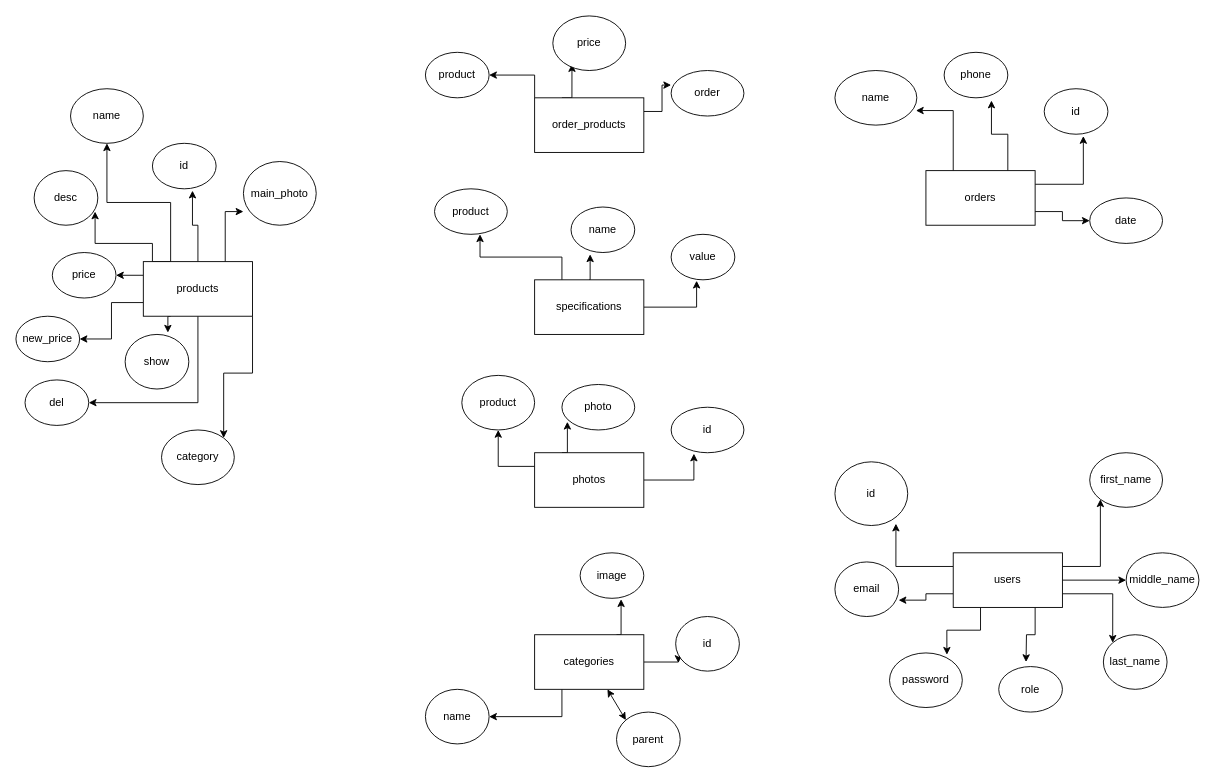
The draw.io diagram ER.drawio in ahr9n/delivery-food, before the edit. Source tidied: cells renumbered, new cells numbered last; positions are measured from the earlier drawing's top-left corner, leaving out a move shared by most shapes. Both pictures are drawn from the tidied source at 91%, with x=0, y=0 at pixel (15, 15).
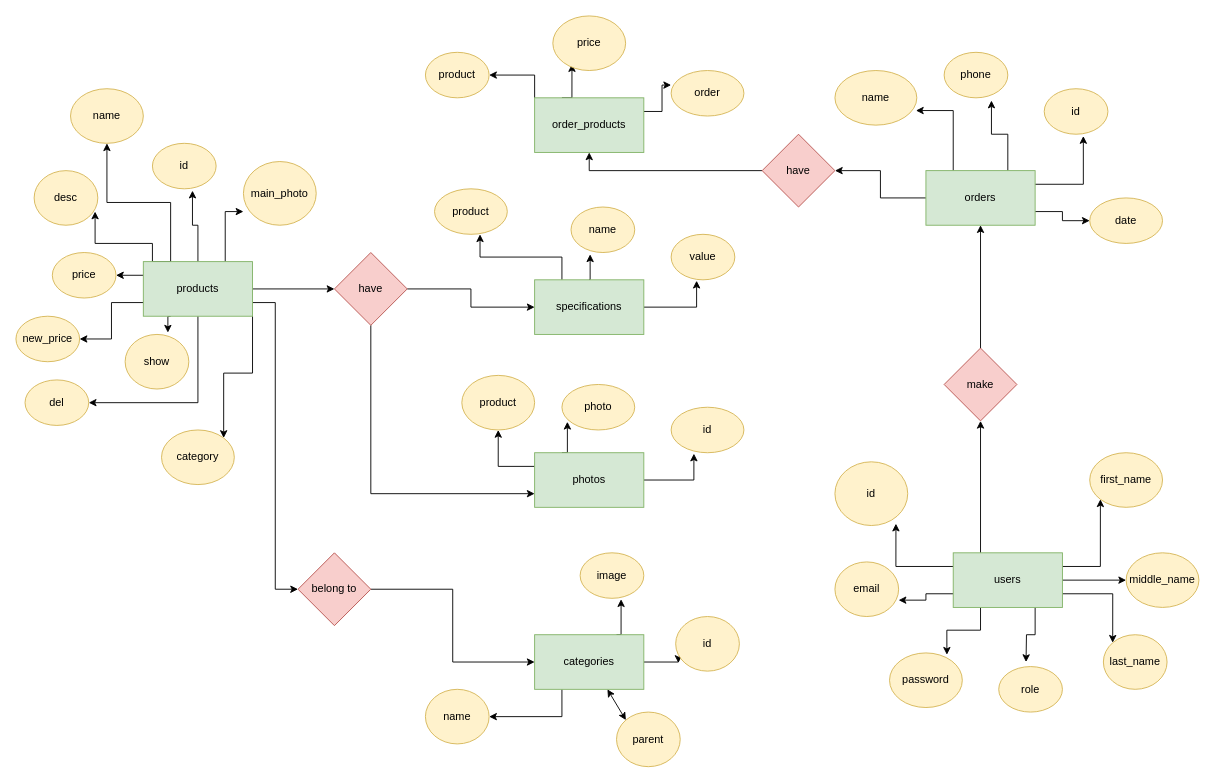
The same diagram, later.

What changed in the source:
```diff
@@
+    <mxCell id="75" style="edgeStyle=orthogonalEdgeStyle;rounded=0;jettySize=auto;html=1;exitX=1;exitY=0.5;exitDx=0;exitDy=0;entryX=0;entryY=0.5;entryDx=0;entryDy=0;" parent="1" edge="1" source="11" target="83">
+      <mxGeometry relative="1" as="geometry" />
+    </mxCell>
+    <mxCell id="76" style="edgeStyle=orthogonalEdgeStyle;rounded=0;jettySize=auto;html=1;exitX=1;exitY=0.75;exitDx=0;exitDy=0;entryX=0;entryY=0.5;entryDx=0;entryDy=0;" parent="1" edge="1" source="11" target="85">
+      <mxGeometry relative="1" as="geometry" />
+    </mxCell>
-    <mxCell id="11" value="products" style="rounded=0;whiteSpace=wrap;html=1;" parent="1" vertex="1">
+    <mxCell id="11" value="products" style="rounded=0;whiteSpace=wrap;html=1;fillColor=#d5e8d4;strokeColor=#82b366;" parent="1" vertex="1">
       <mxGeometry x="140" y="270" width="120" height="60" as="geometry" />
     </mxCell>
-    <mxCell id="12" value="id" style="ellipse;whiteSpace=wrap;html=1;" parent="1" vertex="1">
+    <mxCell id="12" value="id" style="ellipse;whiteSpace=wrap;html=1;fillColor=#fff2cc;strokeColor=#d6b656;" parent="1" vertex="1">
       <mxGeometry x="150" y="140" width="70" height="50" as="geometry" />
     </mxCell>
-    <mxCell id="13" value="category" style="ellipse;whiteSpace=wrap;html=1;" parent="1" vertex="1">
+    <mxCell id="13" value="category" style="ellipse;whiteSpace=wrap;html=1;fillColor=#fff2cc;strokeColor=#d6b656;" parent="1" vertex="1">
       <mxGeometry x="160" y="455" width="80" height="60" as="geometry" />
     </mxCell>
-    <mxCell id="14" value="name" style="ellipse;whiteSpace=wrap;html=1;" parent="1" vertex="1">
+    <mxCell id="14" value="name" style="ellipse;whiteSpace=wrap;html=1;fillColor=#fff2cc;strokeColor=#d6b656;" parent="1" vertex="1">
       <mxGeometry x="60" y="80" width="80" height="60" as="geometry" />
     </mxCell>
-    <mxCell id="15" value="desc" style="ellipse;whiteSpace=wrap;html=1;" parent="1" vertex="1">
+    <mxCell id="15" value="desc" style="ellipse;whiteSpace=wrap;html=1;fillColor=#fff2cc;strokeColor=#d6b656;" parent="1" vertex="1">
       <mxGeometry x="20" y="170" width="70" height="60" as="geometry" />
     </mxCell>
-    <mxCell id="16" value="price" style="ellipse;whiteSpace=wrap;html=1;" parent="1" vertex="1">
+    <mxCell id="16" value="price" style="ellipse;whiteSpace=wrap;html=1;fillColor=#fff2cc;strokeColor=#d6b656;" parent="1" vertex="1">
       <mxGeometry x="40" y="260" width="70" height="50" as="geometry" />
     </mxCell>
-    <mxCell id="17" value="new_price" style="ellipse;whiteSpace=wrap;html=1;" parent="1" vertex="1">
+    <mxCell id="17" value="new_price" style="ellipse;whiteSpace=wrap;html=1;fillColor=#fff2cc;strokeColor=#d6b656;" parent="1" vertex="1">
       <mxGeometry y="330" width="70" height="50" as="geometry" />
     </mxCell>
-    <mxCell id="18" value="main_photo" style="ellipse;whiteSpace=wrap;html=1;" parent="1" vertex="1">
+    <mxCell id="18" value="main_photo" style="ellipse;whiteSpace=wrap;html=1;fillColor=#fff2cc;strokeColor=#d6b656;" parent="1" vertex="1">
       <mxGeometry x="250" y="160" width="80" height="70" as="geometry" />
     </mxCell>
-    <mxCell id="19" value="show" style="ellipse;whiteSpace=wrap;html=1;" parent="1" vertex="1">
+    <mxCell id="19" value="show" style="ellipse;whiteSpace=wrap;html=1;fillColor=#fff2cc;strokeColor=#d6b656;" parent="1" vertex="1">
       <mxGeometry x="120" y="350" width="70" height="60" as="geometry" />
     </mxCell>
-    <mxCell id="20" value="del" style="ellipse;whiteSpace=wrap;html=1;" parent="1" vertex="1">
+    <mxCell id="20" value="del" style="ellipse;whiteSpace=wrap;html=1;fillColor=#fff2cc;strokeColor=#d6b656;" parent="1" vertex="1">
       <mxGeometry x="10" y="400" width="70" height="50" as="geometry" />
     </mxCell>
@@
-    <mxCell id="24" value="order_products" style="rounded=0;whiteSpace=wrap;html=1;" parent="1" vertex="1">
+    <mxCell id="24" value="order_products" style="rounded=0;whiteSpace=wrap;html=1;fillColor=#d5e8d4;strokeColor=#82b366;" parent="1" vertex="1">
       <mxGeometry x="570" y="90" width="120" height="60" as="geometry" />
     </mxCell>
-    <mxCell id="25" value="order" style="ellipse;whiteSpace=wrap;html=1;" parent="1" vertex="1">
+    <mxCell id="25" value="order" style="ellipse;whiteSpace=wrap;html=1;fillColor=#fff2cc;strokeColor=#d6b656;" parent="1" vertex="1">
       <mxGeometry x="720" y="60" width="80" height="50" as="geometry" />
     </mxCell>
-    <mxCell id="26" value="product" style="ellipse;whiteSpace=wrap;html=1;" parent="1" vertex="1">
+    <mxCell id="26" value="product" style="ellipse;whiteSpace=wrap;html=1;fillColor=#fff2cc;strokeColor=#d6b656;" parent="1" vertex="1">
       <mxGeometry x="450" y="40" width="70" height="50" as="geometry" />
     </mxCell>
-    <mxCell id="27" value="price" style="ellipse;whiteSpace=wrap;html=1;" parent="1" vertex="1">
+    <mxCell id="27" value="price" style="ellipse;whiteSpace=wrap;html=1;fillColor=#fff2cc;strokeColor=#d6b656;" parent="1" vertex="1">
       <mxGeometry x="590" width="80" height="60" as="geometry" />
     </mxCell>
@@
-    <mxCell id="31" value="specifications" style="rounded=0;whiteSpace=wrap;html=1;" parent="1" vertex="1">
+    <mxCell id="31" value="specifications" style="rounded=0;whiteSpace=wrap;html=1;fillColor=#d5e8d4;strokeColor=#82b366;" parent="1" vertex="1">
       <mxGeometry x="570" y="290" width="120" height="60" as="geometry" />
     </mxCell>
-    <mxCell id="32" value="value" style="ellipse;whiteSpace=wrap;html=1;" parent="1" vertex="1">
+    <mxCell id="32" value="value" style="ellipse;whiteSpace=wrap;html=1;fillColor=#fff2cc;strokeColor=#d6b656;" parent="1" vertex="1">
       <mxGeometry x="720" y="240" width="70" height="50" as="geometry" />
     </mxCell>
-    <mxCell id="33" value="name" style="ellipse;whiteSpace=wrap;html=1;" parent="1" vertex="1">
+    <mxCell id="33" value="name" style="ellipse;whiteSpace=wrap;html=1;fillColor=#fff2cc;strokeColor=#d6b656;" parent="1" vertex="1">
       <mxGeometry x="610" y="210" width="70" height="50" as="geometry" />
     </mxCell>
-    <mxCell id="34" value="product" style="ellipse;whiteSpace=wrap;html=1;" parent="1" vertex="1">
+    <mxCell id="34" value="product" style="ellipse;whiteSpace=wrap;html=1;fillColor=#fff2cc;strokeColor=#d6b656;" parent="1" vertex="1">
       <mxGeometry x="460" y="190" width="80" height="50" as="geometry" />
     </mxCell>
@@
-    <mxCell id="38" value="photos" style="rounded=0;whiteSpace=wrap;html=1;" parent="1" vertex="1">
+    <mxCell id="38" value="photos" style="rounded=0;whiteSpace=wrap;html=1;fillColor=#d5e8d4;strokeColor=#82b366;" parent="1" vertex="1">
       <mxGeometry x="570" y="480" width="120" height="60" as="geometry" />
     </mxCell>
-    <mxCell id="39" value="id" style="ellipse;whiteSpace=wrap;html=1;" parent="1" vertex="1">
+    <mxCell id="39" value="id" style="ellipse;whiteSpace=wrap;html=1;fillColor=#fff2cc;strokeColor=#d6b656;" parent="1" vertex="1">
       <mxGeometry x="720" y="430" width="80" height="50" as="geometry" />
     </mxCell>
-    <mxCell id="40" value="product" style="ellipse;whiteSpace=wrap;html=1;" parent="1" vertex="1">
+    <mxCell id="40" value="product" style="ellipse;whiteSpace=wrap;html=1;fillColor=#fff2cc;strokeColor=#d6b656;" parent="1" vertex="1">
       <mxGeometry x="490" y="395" width="80" height="60" as="geometry" />
     </mxCell>
-    <mxCell id="41" value="photo" style="ellipse;whiteSpace=wrap;html=1;" parent="1" vertex="1">
+    <mxCell id="41" value="photo" style="ellipse;whiteSpace=wrap;html=1;fillColor=#fff2cc;strokeColor=#d6b656;" parent="1" vertex="1">
       <mxGeometry x="600" y="405" width="80" height="50" as="geometry" />
     </mxCell>
@@
-    <mxCell id="45" value="categories" style="rounded=0;whiteSpace=wrap;html=1;" parent="1" vertex="1">
+    <mxCell id="45" value="categories" style="rounded=0;whiteSpace=wrap;html=1;fillColor=#d5e8d4;strokeColor=#82b366;" parent="1" vertex="1">
       <mxGeometry x="570" y="680" width="120" height="60" as="geometry" />
     </mxCell>
-    <mxCell id="46" value="id" style="ellipse;whiteSpace=wrap;html=1;" parent="1" vertex="1">
+    <mxCell id="46" value="id" style="ellipse;whiteSpace=wrap;html=1;fillColor=#fff2cc;strokeColor=#d6b656;" parent="1" vertex="1">
       <mxGeometry x="725" y="660" width="70" height="60" as="geometry" />
     </mxCell>
-    <mxCell id="47" value="name" style="ellipse;whiteSpace=wrap;html=1;" parent="1" vertex="1">
+    <mxCell id="47" value="name" style="ellipse;whiteSpace=wrap;html=1;fillColor=#fff2cc;strokeColor=#d6b656;" parent="1" vertex="1">
       <mxGeometry x="450" y="740" width="70" height="60" as="geometry" />
     </mxCell>
-    <mxCell id="48" value="parent" style="ellipse;whiteSpace=wrap;html=1;" parent="1" vertex="1">
+    <mxCell id="48" value="parent" style="ellipse;whiteSpace=wrap;html=1;fillColor=#fff2cc;strokeColor=#d6b656;" parent="1" vertex="1">
       <mxGeometry x="660" y="765" width="70" height="60" as="geometry" />
     </mxCell>
-    <mxCell id="49" value="image" style="ellipse;whiteSpace=wrap;html=1;" parent="1" vertex="1">
+    <mxCell id="49" value="image" style="ellipse;whiteSpace=wrap;html=1;fillColor=#fff2cc;strokeColor=#d6b656;" parent="1" vertex="1">
       <mxGeometry x="620" y="590" width="70" height="50" as="geometry" />
     </mxCell>
@@
+    <mxCell id="77" style="edgeStyle=orthogonalEdgeStyle;rounded=0;jettySize=auto;html=1;exitX=0;exitY=0.5;exitDx=0;exitDy=0;entryX=1;entryY=0.5;entryDx=0;entryDy=0;" parent="1" edge="1" source="54" target="87">
+      <mxGeometry relative="1" as="geometry" />
+    </mxCell>
-    <mxCell id="54" value="orders" style="rounded=0;whiteSpace=wrap;html=1;" parent="1" vertex="1">
+    <mxCell id="54" value="orders" style="rounded=0;whiteSpace=wrap;html=1;fillColor=#d5e8d4;strokeColor=#82b366;" parent="1" vertex="1">
       <mxGeometry x="1000" y="170" width="120" height="60" as="geometry" />
     </mxCell>
-    <mxCell id="55" value="id" style="ellipse;whiteSpace=wrap;html=1;" parent="1" vertex="1">
+    <mxCell id="55" value="id" style="ellipse;whiteSpace=wrap;html=1;fillColor=#fff2cc;strokeColor=#d6b656;" parent="1" vertex="1">
       <mxGeometry x="1130" y="80" width="70" height="50" as="geometry" />
     </mxCell>
-    <mxCell id="56" value="name" style="ellipse;whiteSpace=wrap;html=1;" parent="1" vertex="1">
+    <mxCell id="56" value="name" style="ellipse;whiteSpace=wrap;html=1;fillColor=#fff2cc;strokeColor=#d6b656;" parent="1" vertex="1">
       <mxGeometry x="900" y="60" width="90" height="60" as="geometry" />
     </mxCell>
-    <mxCell id="57" value="phone" style="ellipse;whiteSpace=wrap;html=1;" parent="1" vertex="1">
+    <mxCell id="57" value="phone" style="ellipse;whiteSpace=wrap;html=1;fillColor=#fff2cc;strokeColor=#d6b656;" parent="1" vertex="1">
       <mxGeometry x="1020" y="40" width="70" height="50" as="geometry" />
     </mxCell>
-    <mxCell id="58" value="date" style="ellipse;whiteSpace=wrap;html=1;" parent="1" vertex="1">
+    <mxCell id="58" value="date" style="ellipse;whiteSpace=wrap;html=1;fillColor=#fff2cc;strokeColor=#d6b656;" parent="1" vertex="1">
       <mxGeometry x="1180" y="200" width="80" height="50" as="geometry" />
     </mxCell>
@@
+    <mxCell id="78" style="edgeStyle=orthogonalEdgeStyle;rounded=0;jettySize=auto;html=1;exitX=0.25;exitY=0;exitDx=0;exitDy=0;entryX=0.5;entryY=1;entryDx=0;entryDy=0;" parent="1" edge="1" source="66" target="80">
+      <mxGeometry relative="1" as="geometry" />
+    </mxCell>
-    <mxCell id="66" value="users" style="rounded=0;whiteSpace=wrap;html=1;" parent="1" vertex="1">
+    <mxCell id="66" value="users" style="rounded=0;whiteSpace=wrap;html=1;fillColor=#d5e8d4;strokeColor=#82b366;" parent="1" vertex="1">
       <mxGeometry x="1030" y="590" width="120" height="60" as="geometry" />
     </mxCell>
-    <mxCell id="67" value="id" style="ellipse;whiteSpace=wrap;html=1;" parent="1" vertex="1">
+    <mxCell id="67" value="id" style="ellipse;whiteSpace=wrap;html=1;fillColor=#fff2cc;strokeColor=#d6b656;" parent="1" vertex="1">
       <mxGeometry x="900" y="490" width="80" height="70" as="geometry" />
     </mxCell>
-    <mxCell id="68" value="email" style="ellipse;whiteSpace=wrap;html=1;" parent="1" vertex="1">
+    <mxCell id="68" value="email" style="ellipse;whiteSpace=wrap;html=1;fillColor=#fff2cc;strokeColor=#d6b656;" parent="1" vertex="1">
       <mxGeometry x="900" y="600" width="70" height="60" as="geometry" />
     </mxCell>
-    <mxCell id="69" value="password" style="ellipse;whiteSpace=wrap;html=1;" parent="1" vertex="1">
+    <mxCell id="69" value="password" style="ellipse;whiteSpace=wrap;html=1;fillColor=#fff2cc;strokeColor=#d6b656;" parent="1" vertex="1">
       <mxGeometry x="960" y="700" width="80" height="60" as="geometry" />
     </mxCell>
-    <mxCell id="70" value="first_name" style="ellipse;whiteSpace=wrap;html=1;" parent="1" vertex="1">
+    <mxCell id="70" value="first_name" style="ellipse;whiteSpace=wrap;html=1;fillColor=#fff2cc;strokeColor=#d6b656;" parent="1" vertex="1">
       <mxGeometry x="1180" y="480" width="80" height="60" as="geometry" />
     </mxCell>
-    <mxCell id="71" value="last_name" style="ellipse;whiteSpace=wrap;html=1;" parent="1" vertex="1">
+    <mxCell id="71" value="last_name" style="ellipse;whiteSpace=wrap;html=1;fillColor=#fff2cc;strokeColor=#d6b656;" parent="1" vertex="1">
       <mxGeometry x="1195" y="680" width="70" height="60" as="geometry" />
     </mxCell>
-    <mxCell id="72" value="middle_name" style="ellipse;whiteSpace=wrap;html=1;" parent="1" vertex="1">
+    <mxCell id="72" value="middle_name" style="ellipse;whiteSpace=wrap;html=1;fillColor=#fff2cc;strokeColor=#d6b656;" parent="1" vertex="1">
       <mxGeometry x="1220" y="590" width="80" height="60" as="geometry" />
     </mxCell>
-    <mxCell id="73" value="role" style="ellipse;whiteSpace=wrap;html=1;" parent="1" vertex="1">
+    <mxCell id="73" value="role" style="ellipse;whiteSpace=wrap;html=1;fillColor=#fff2cc;strokeColor=#d6b656;" parent="1" vertex="1">
       <mxGeometry x="1080" y="715" width="70" height="50" as="geometry" />
     </mxCell>
@@
+    <mxCell id="79" style="edgeStyle=orthogonalEdgeStyle;rounded=0;jettySize=auto;html=1;exitX=0.5;exitY=0;exitDx=0;exitDy=0;entryX=0.5;entryY=1;entryDx=0;entryDy=0;" parent="1" edge="1" source="80" target="54">
+      <mxGeometry relative="1" as="geometry" />
+    </mxCell>
+    <mxCell id="80" value="make" style="rhombus;whiteSpace=wrap;html=1;fillColor=#f8cecc;strokeColor=#b85450;" parent="1" vertex="1">
+      <mxGeometry x="1020" y="365" width="80" height="80" as="geometry" />
+    </mxCell>
+    <mxCell id="81" style="edgeStyle=orthogonalEdgeStyle;rounded=0;jettySize=auto;html=1;exitX=1;exitY=0.5;exitDx=0;exitDy=0;entryX=0;entryY=0.5;entryDx=0;entryDy=0;" parent="1" edge="1" source="83" target="31">
+      <mxGeometry relative="1" as="geometry" />
+    </mxCell>
+    <mxCell id="82" style="edgeStyle=orthogonalEdgeStyle;rounded=0;jettySize=auto;html=1;exitX=0.5;exitY=1;exitDx=0;exitDy=0;entryX=0;entryY=0.75;entryDx=0;entryDy=0;" parent="1" edge="1" source="83" target="38">
+      <mxGeometry relative="1" as="geometry" />
+    </mxCell>
+    <mxCell id="83" value="have" style="rhombus;whiteSpace=wrap;html=1;fillColor=#f8cecc;strokeColor=#b85450;" parent="1" vertex="1">
+      <mxGeometry x="350" y="260" width="80" height="80" as="geometry" />
+    </mxCell>
+    <mxCell id="84" style="edgeStyle=orthogonalEdgeStyle;rounded=0;jettySize=auto;html=1;exitX=1;exitY=0.5;exitDx=0;exitDy=0;entryX=0;entryY=0.5;entryDx=0;entryDy=0;" parent="1" edge="1" source="85" target="45">
+      <mxGeometry relative="1" as="geometry" />
+    </mxCell>
+    <mxCell id="85" value="belong to" style="rhombus;whiteSpace=wrap;html=1;fillColor=#f8cecc;strokeColor=#b85450;" parent="1" vertex="1">
+      <mxGeometry x="310" y="590" width="80" height="80" as="geometry" />
+    </mxCell>
+    <mxCell id="86" style="edgeStyle=orthogonalEdgeStyle;rounded=0;jettySize=auto;html=1;exitX=0;exitY=0.5;exitDx=0;exitDy=0;entryX=0.5;entryY=1;entryDx=0;entryDy=0;" parent="1" edge="1" source="87" target="24">
+      <mxGeometry relative="1" as="geometry" />
+    </mxCell>
+    <mxCell id="87" value="have" style="rhombus;whiteSpace=wrap;html=1;fillColor=#f8cecc;strokeColor=#b85450;" parent="1" vertex="1">
+      <mxGeometry x="820" y="130" width="80" height="80" as="geometry" />
+    </mxCell>
```
